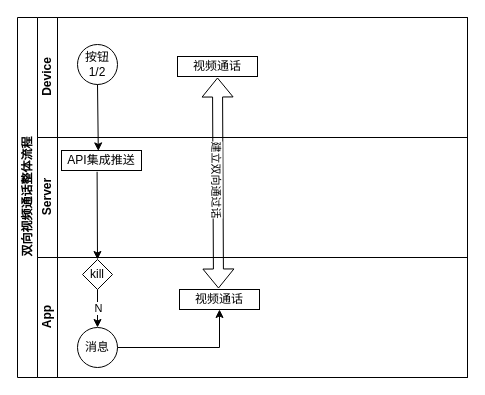
Earlier version of the draw.io diagram cloudbirds/双向视频通话整体流程.drawio (luoyongshun/framework). Source tidied: cells renumbered, new cells numbered last; positions are measured from the earlier drawing's top-left corner, leaving out a move shared by most shapes. Both pictures are drawn from the tidied source at 100%, with x=0, y=0 at pixel (17, 17).
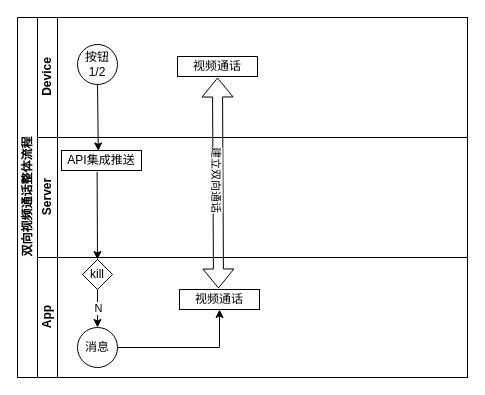
After the change.

Commit message (it also covers changes not shown here):
更新双向视频通话整体流程.drawio

Unchanged cells that the change refers to:
```xml
<mxCell id="10" style="shape=flexArrow;endArrow=classic;startArrow=classic;html=1;rounded=0;entryX=0.5;entryY=1;entryDx=0;entryDy=0;exitX=0.5;exitY=0;exitDx=0;exitDy=0;" parent="8" edge="1">
  <mxGeometry relative="1" as="geometry">
    <mxPoint x="181" y="31" as="sourcePoint" />
    <mxPoint x="180" y="-180" as="targetPoint" />
  </mxGeometry>
</mxCell>
```

Diff of the diagram source:
```diff
@@
-    <mxCell id="11" value="建立双向通过话" style="edgeLabel;html=1;align=center;verticalAlign=middle;rotation=90;" parent="10" vertex="1">
+    <mxCell id="11" value="建立双向通话" style="edgeLabel;html=1;align=center;verticalAlign=middle;rotation=90;" parent="10" vertex="1">
       <mxGeometry x="0.03" relative="1" as="geometry" />
     </mxCell>
```
